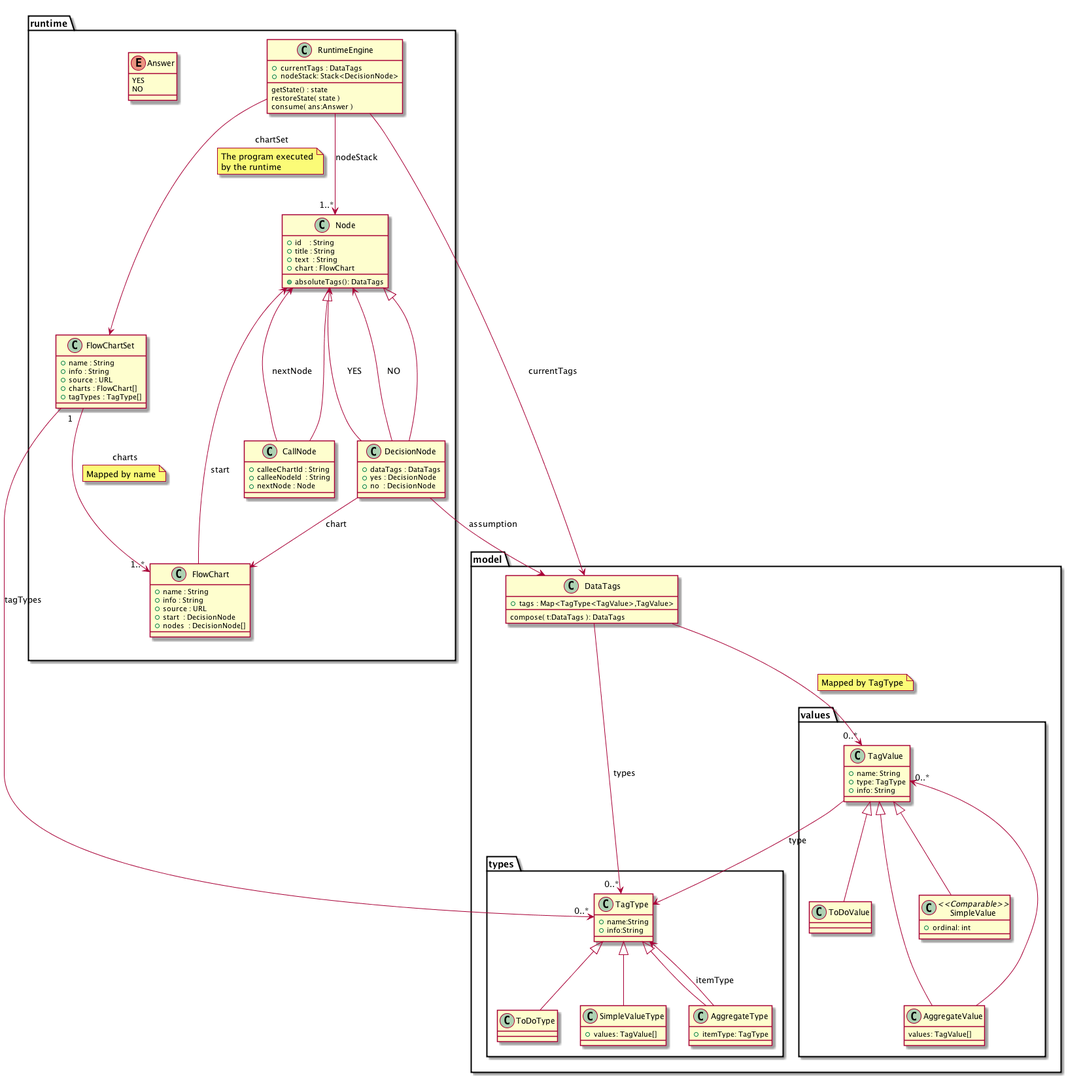
The PlantUML diagram DataTagsLib/DOCS/classes.png in IQSS/DataTaggingLibrary, before a commit.
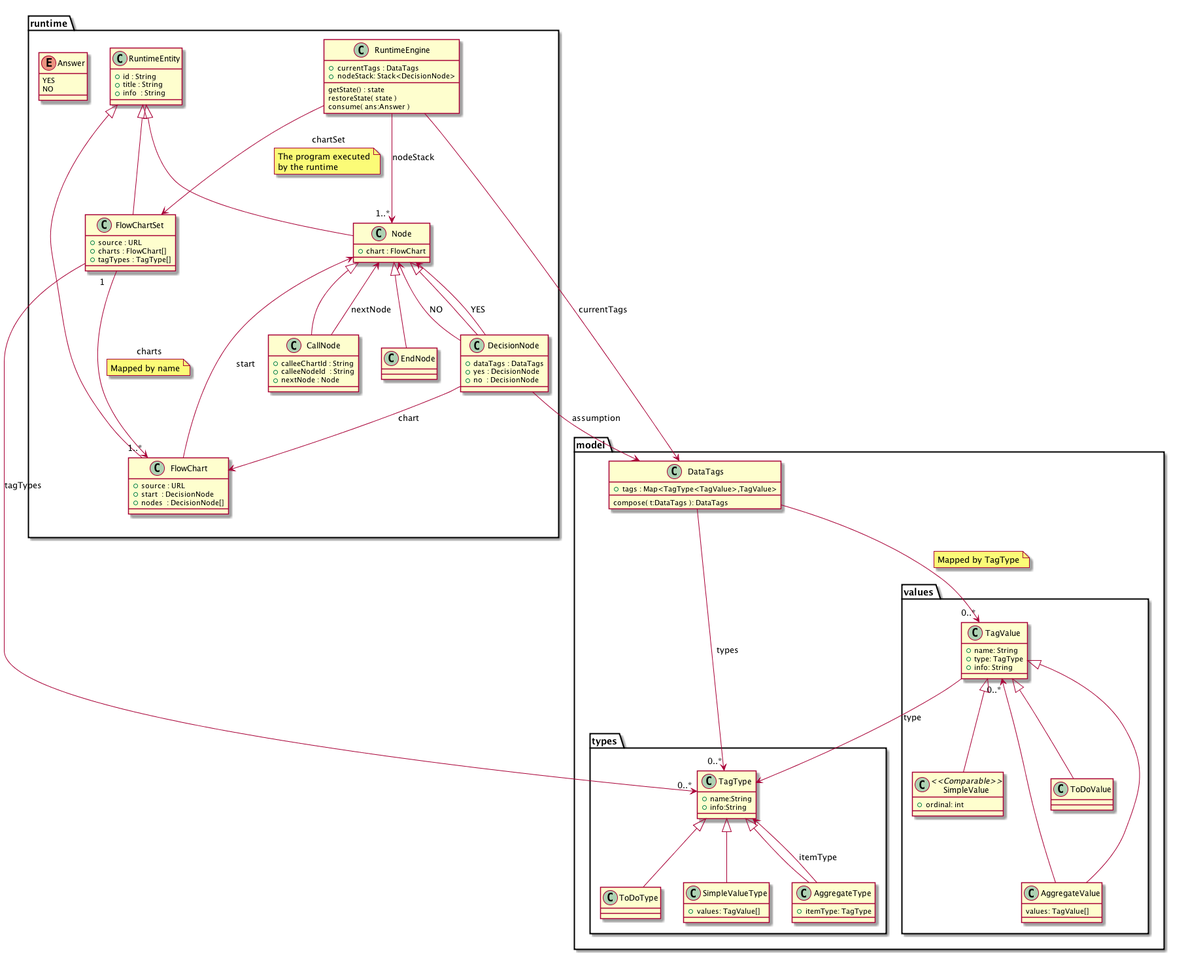
Above is the later version.

Change to the diagram source:
```diff
@@ -9,28 +9,26 @@
 		consume( ans:Answer )
 	}
 
+	class RuntimeEntity {
+		+ id : String
+		+ title : String
+		+ info  : String
+	}
+
 	class FlowChartSet {
-		+ name : String
-		+ info : String
 		+ source : URL
 		+ charts : FlowChart[]
 		+ tagTypes : TagType[]
 	}
 
 	class FlowChart {
-		+ name : String
-		+ info : String
 		+ source : URL
 		+ start  : DecisionNode
 		+ nodes  : DecisionNode[]
 	}
 
 	class Node {
-		+ id    : String
-		+ title : String
-		+ text  : String
 		+ chart : FlowChart
-		+ absoluteTags(): DataTags
 	}
 
 	class DecisionNode {
@@ -44,6 +42,8 @@
 		+ calleeNodeId  : String
 		+ nextNode : Node
 	}
+
+	class EndNode
 
 	enum Answer {
 		YES
@@ -104,9 +104,12 @@
 	The program executed
 	by the runtime
 end note
-
+RuntimeEntity <|-- Node
+RuntimeEntity <|-- FlowChart
+RuntimeEntity <|-- FlowChartSet
 Node <|-- DecisionNode
 Node <|-- CallNode
+Node <|-- EndNode
 TagType <|-- ToDoType
 TagType <|-- SimpleValueType
 TagType <|-- AggregateType
```
